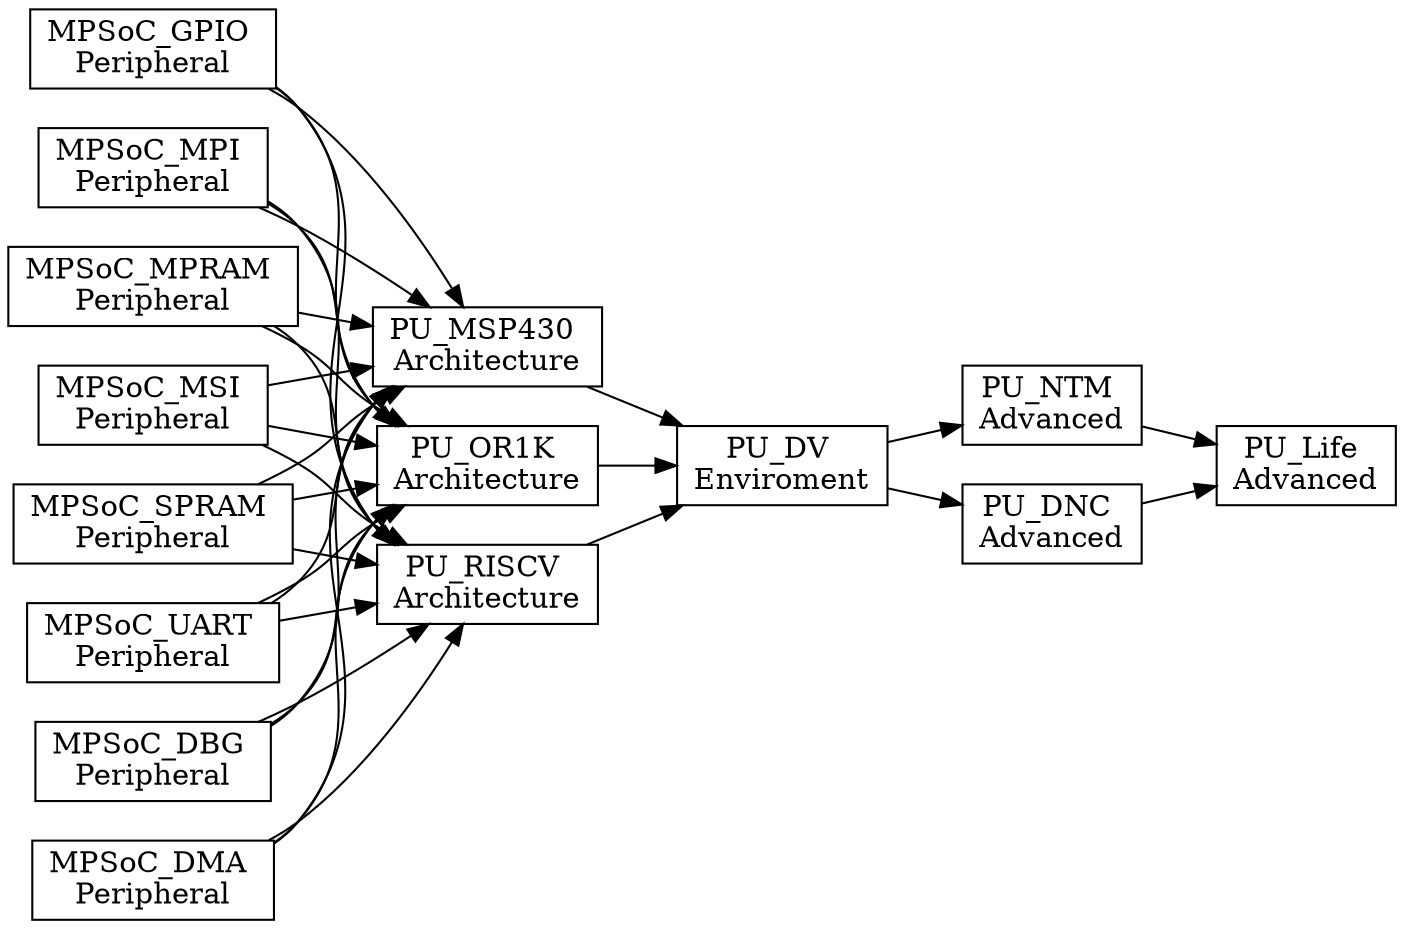
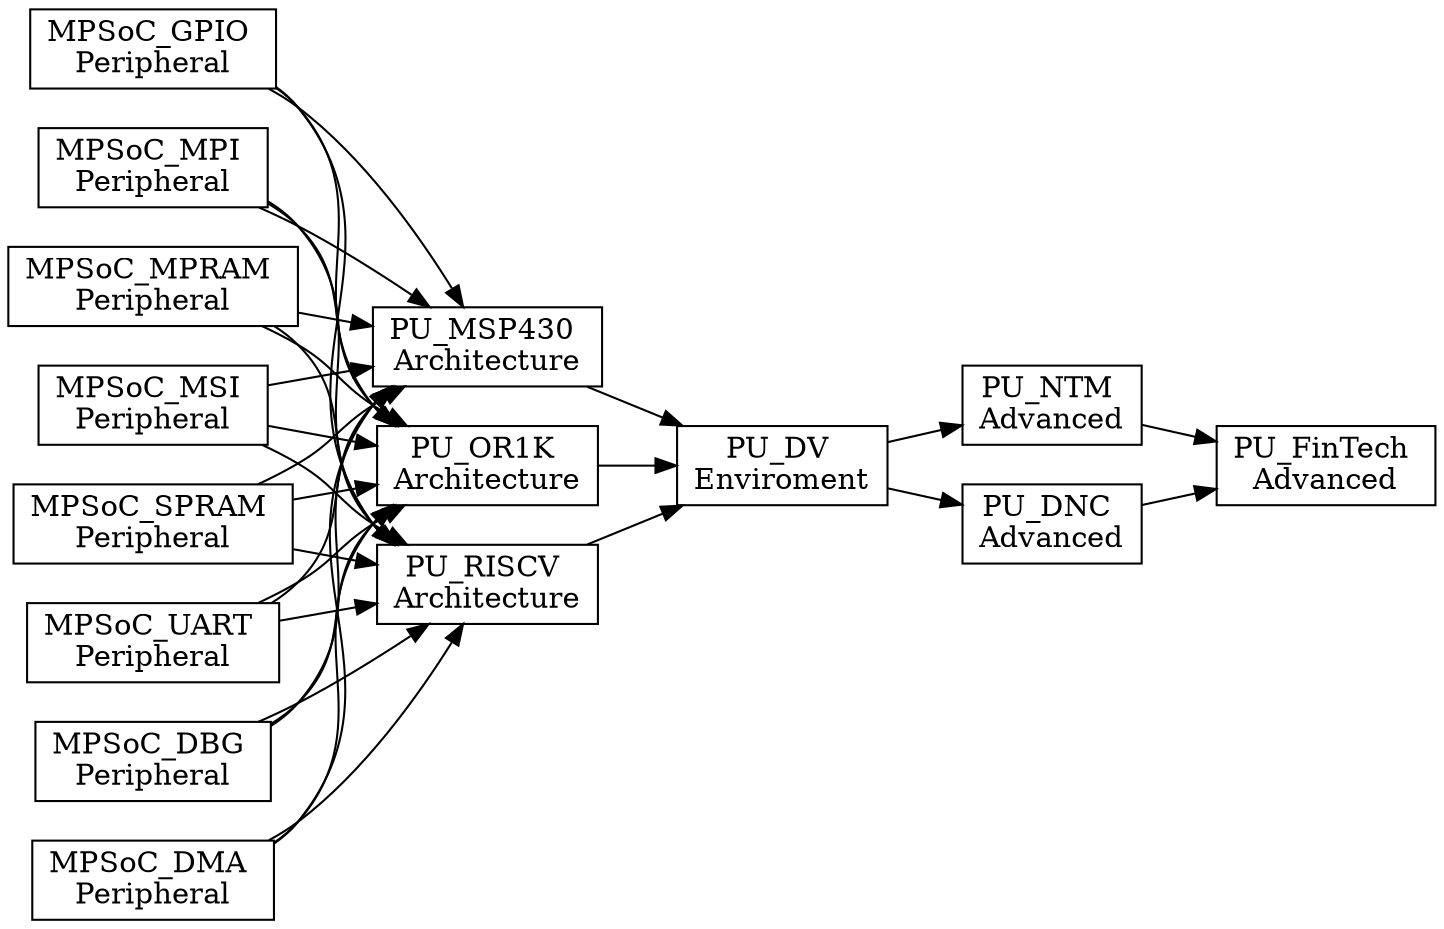
digraph Project {
  // Introduction
  graph [rankdir = LR];
  node[shape=record];

  // Peripheral Blocks
  MPSoC_DBG[label="MPSoC_DBG \nPeripheral"];
  MPSoC_DMA[label="MPSoC_DMA \nPeripheral"];
  MPSoC_GPIO[label="MPSoC_GPIO \nPeripheral"];
  MPSoC_MPI[label="MPSoC_MPI \nPeripheral"];
  MPSoC_MPRAM[label="MPSoC_MPRAM \nPeripheral"];
  MPSoC_MSI[label="MPSoC_MSI \nPeripheral"];
  MPSoC_SPRAM[label="MPSoC_SPRAM \nPeripheral"];
  MPSoC_UART[label="MPSoC_UART \nPeripheral"];

  // Architecture Blocks
  PU_MSP430[label="PU_MSP430 \nArchitecture"];
  PU_OR1K[label="PU_OR1K \nArchitecture"];
  PU_RISCV[label="PU_RISCV \nArchitecture"];

  // Enviroment Blocks
  PU_DV[label="PU_DV \nEnviroment"];

  // Advanced A Blocks
  PU_NTM[label="PU_NTM \nAdvanced"];
  PU_DNC[label="PU_DNC \nAdvanced"];

  // Advanced B Blocks
-   PU_Life[label="PU_Life \nAdvanced"];
+   PU_FinTech[label="PU_FinTech \nAdvanced"];

  MPSoC_DBG -> PU_MSP430;
  MPSoC_DMA -> PU_MSP430;
  MPSoC_GPIO -> PU_MSP430;
  MPSoC_MPI -> PU_MSP430;
  MPSoC_MPRAM -> PU_MSP430;
  MPSoC_MSI -> PU_MSP430;
  MPSoC_SPRAM -> PU_MSP430;
  MPSoC_UART -> PU_MSP430;

  MPSoC_DBG -> PU_OR1K;
  MPSoC_DMA -> PU_OR1K;
  MPSoC_GPIO -> PU_OR1K;
  MPSoC_MPI -> PU_OR1K;
  MPSoC_MPRAM -> PU_OR1K;
  MPSoC_MSI -> PU_OR1K;
  MPSoC_SPRAM -> PU_OR1K;
  MPSoC_UART -> PU_OR1K;

  MPSoC_DBG -> PU_RISCV;
  MPSoC_DMA -> PU_RISCV;
  MPSoC_GPIO -> PU_RISCV;
  MPSoC_MPI -> PU_RISCV;
  MPSoC_MPRAM -> PU_RISCV;
  MPSoC_MSI -> PU_RISCV;
  MPSoC_SPRAM -> PU_RISCV;
  MPSoC_UART -> PU_RISCV;

  // Architecture -> Enviroment
  PU_MSP430 -> PU_DV;
  PU_OR1K -> PU_DV;
  PU_RISCV -> PU_DV;

  // Enviroment -> Avanced A
  PU_DV -> PU_NTM;
  PU_DV -> PU_DNC;

  // Avanced A -> Avanced B
-   PU_NTM -> PU_Life;
-   PU_DNC -> PU_Life;
+   PU_NTM -> PU_FinTech;
+   PU_DNC -> PU_FinTech;
}
